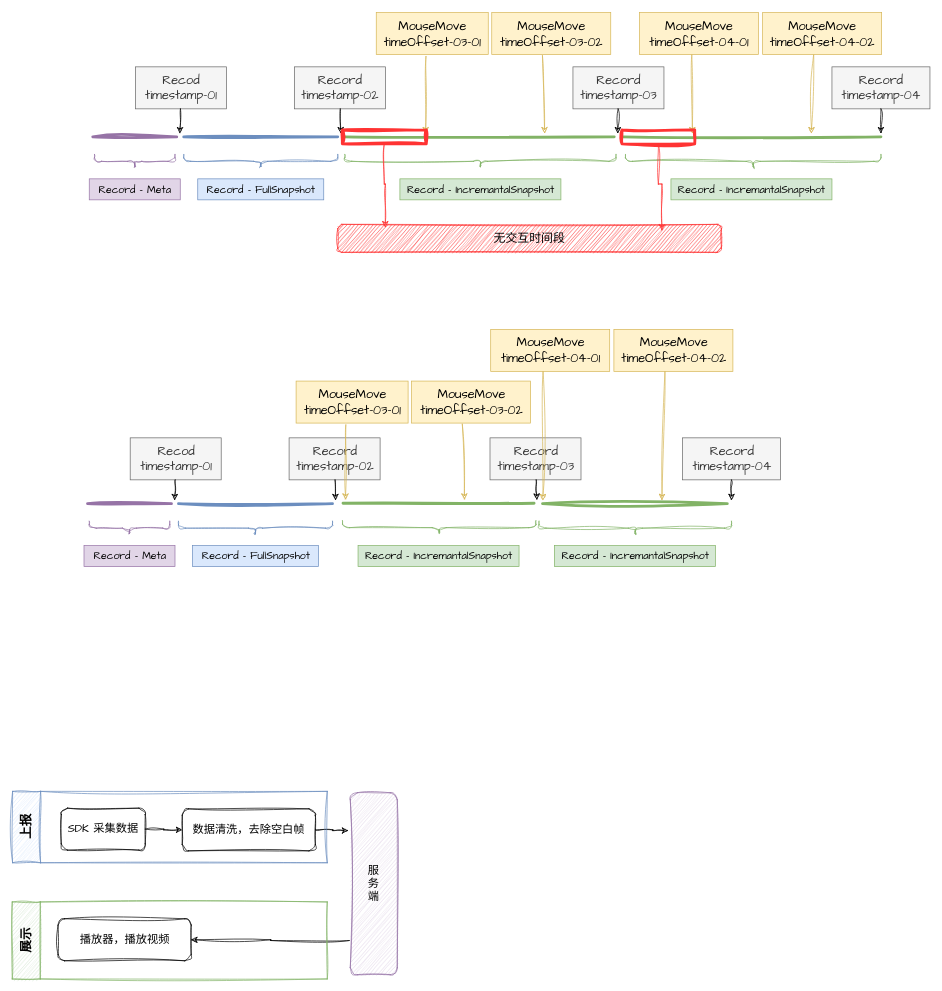
This is page "rrweb-跳过空白" (3 of 4) of 123.drawio from swlws/drawio, a draw.io file, before an edit. Source tidied: cells renumbered, new cells numbered last; positions are measured from the earlier drawing's top-left corner, leaving out a move shared by most shapes. Both pictures are drawn from the tidied source at 70%, with x=0, y=0 at pixel (12, 13).
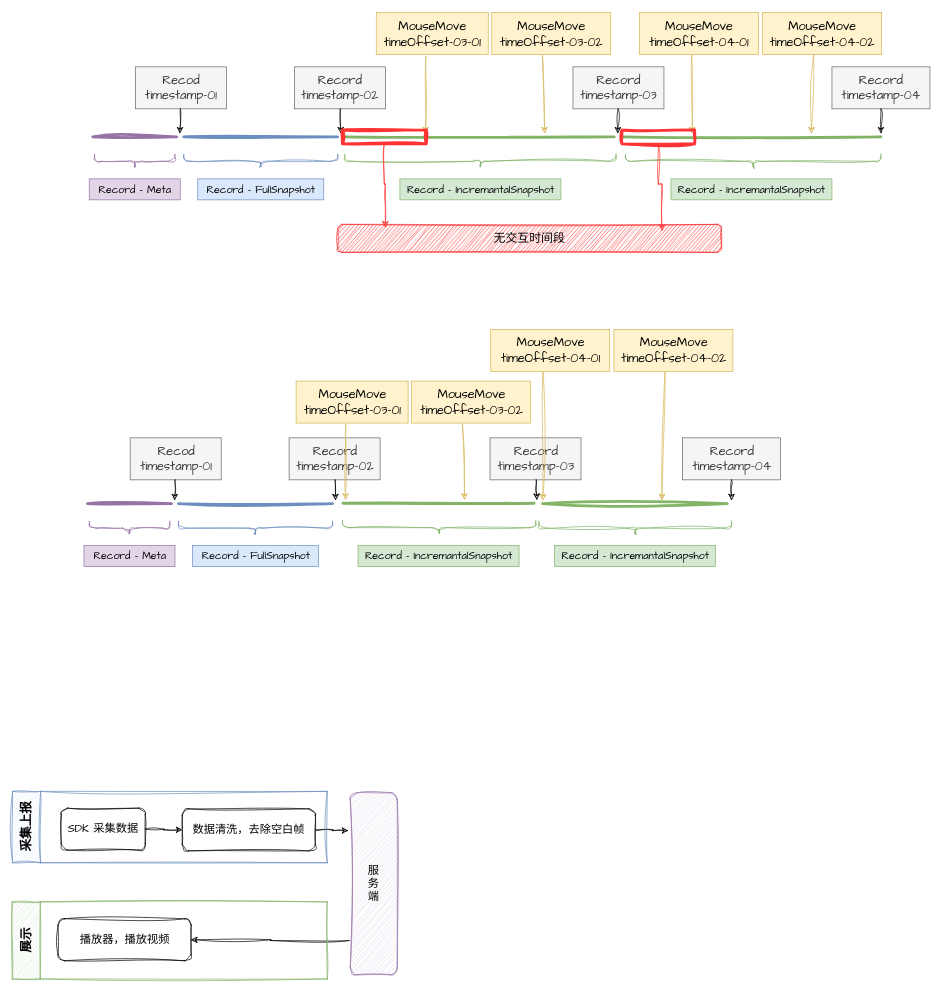
After the change.

What changed in the source:
```diff
@@
-    <mxCell id="70" value="&lt;font style=&quot;font-size: 18px;&quot;&gt;上报&lt;/font&gt;" style="swimlane;horizontal=0;whiteSpace=wrap;html=1;sketch=1;hachureGap=4;jiggle=2;curveFitting=1;fontFamily=Architects Daughter;startSize=40;fillColor=#dae8fc;strokeColor=#6c8ebf;" parent="1" vertex="1">
+    <mxCell id="70" value="&lt;font style=&quot;font-size: 18px;&quot;&gt;采集上报&lt;/font&gt;" style="swimlane;horizontal=0;whiteSpace=wrap;html=1;sketch=1;hachureGap=4;jiggle=2;curveFitting=1;fontFamily=Architects Daughter;startSize=40;fillColor=#dae8fc;strokeColor=#6c8ebf;" parent="1" vertex="1">
       <mxGeometry x="0.5" y="1112" width="449.5" height="102" as="geometry" />
     </mxCell>
```
